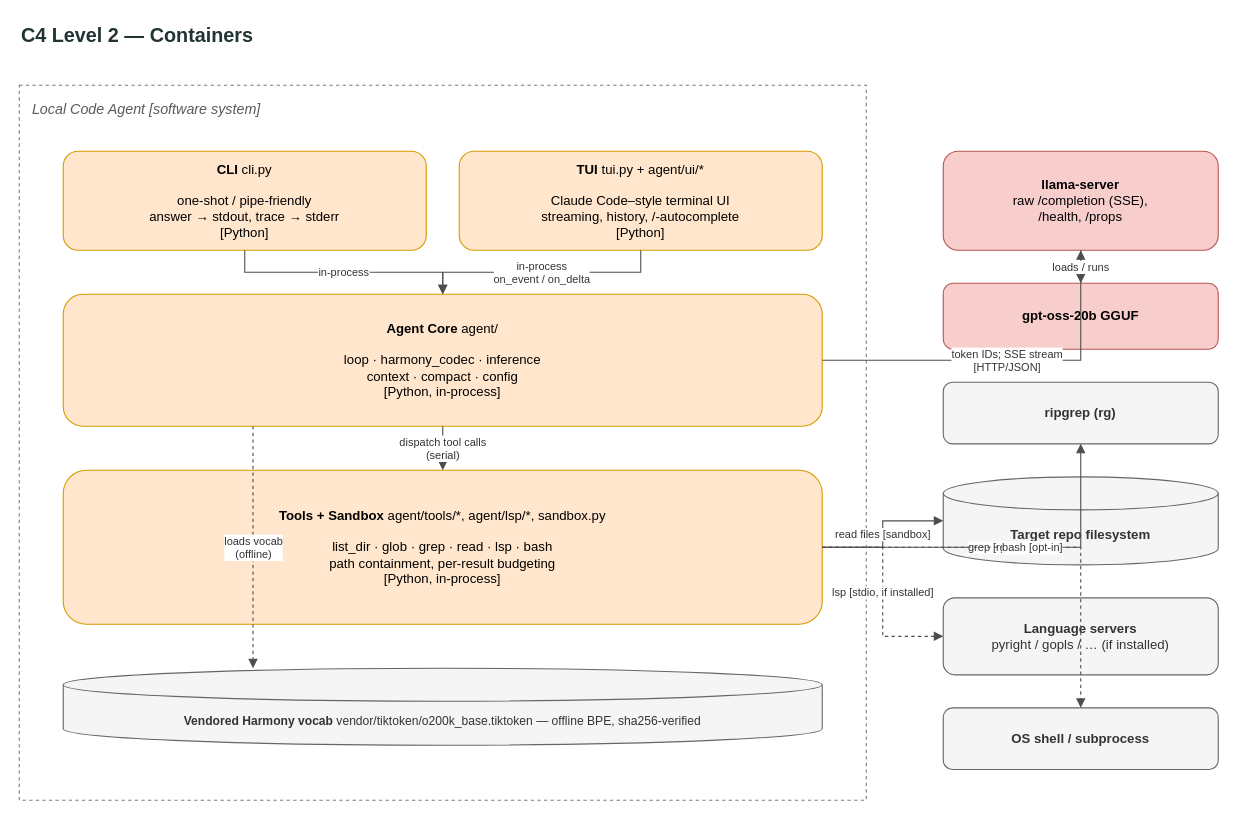
Above: page "2 · Containers (C4 L2)" (2 of 4) of architecture.drawio in MrArrogant2002/claudeXgpt-oss (draw.io), before the change. Source tidied: cells renumbered, new cells numbered last; positions are measured from the earlier drawing's top-left corner, leaving out a move shared by most shapes. Both pictures are drawn from the tidied source at 110%, with x=0, y=0 at pixel (19, 19).
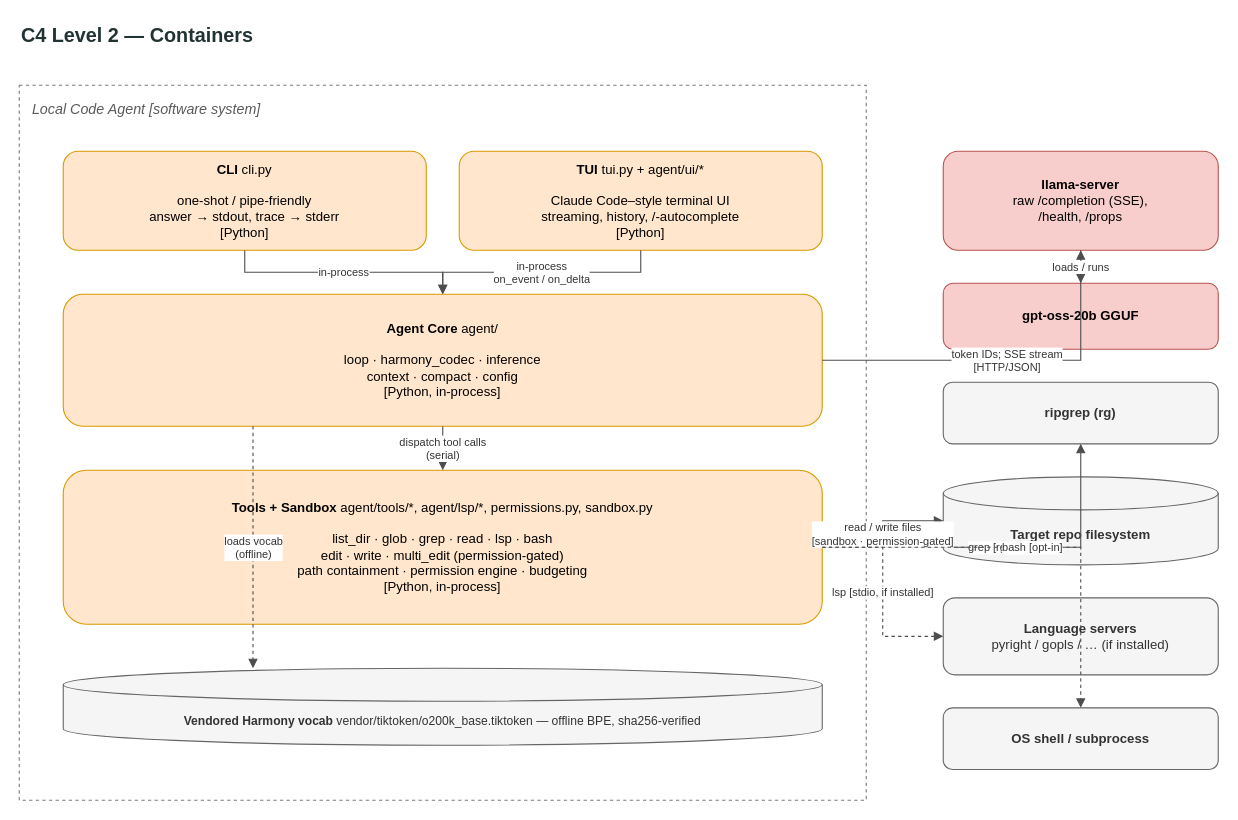
The same page after the edit.

Commit message (it also covers changes not shown here):
TUI M5: interactive per-edit permission approval + architecture diagram update

Per-edit allow/session/always/deny prompt marshaled onto the main thread
(cancel-safe, no deadlock); interactive --allow-edit defaults to asking.
Diagram: add write-tier container + permissions/edits, note gated writes.

The change refers to these unchanged cells:
```xml
<mxCell id="12" value="&lt;b&gt;Target repo filesystem&lt;/b&gt;" style="shape=cylinder3;whiteSpace=wrap;html=1;boundedLbl=1;backgroundOutline=1;fillColor=#f5f5f5;strokeColor=#666666;fontColor=#333333;fontSize=12;" parent="1" vertex="1">
  <mxGeometry x="840" y="416" width="250" height="80" as="geometry" />
</mxCell>
```

What changed in the source:
```diff
@@
-    <mxCell id="7" value="&lt;b&gt;Tools + Sandbox&lt;/b&gt;  agent/tools/*, agent/lsp/*, sandbox.py&lt;br&gt;&lt;br&gt;list_dir · glob · grep · read · lsp · bash&lt;br&gt;path containment, per-result budgeting&lt;br&gt;[Python, in-process]" style="rounded=1;whiteSpace=wrap;html=1;fillColor=#ffe6cc;strokeColor=#d79b00;fontSize=12;" parent="1" vertex="1">
+    <mxCell id="7" value="&lt;b&gt;Tools + Sandbox&lt;/b&gt;  agent/tools/*, agent/lsp/*, permissions.py, sandbox.py&lt;br&gt;&lt;br&gt;list_dir · glob · grep · read · lsp · bash&lt;br&gt;edit · write · multi_edit (permission-gated)&lt;br&gt;path containment · permission engine · budgeting&lt;br&gt;[Python, in-process]" style="rounded=1;whiteSpace=wrap;html=1;fillColor=#ffe6cc;strokeColor=#d79b00;fontSize=12;" parent="1" vertex="1">
       <mxGeometry x="40" y="410" width="690" height="140" as="geometry" />
     </mxCell>
@@
-    <mxCell id="22" value="read files [sandbox]" style="edgeStyle=orthogonalEdgeStyle;rounded=0;html=1;endArrow=block;fontSize=10;fontColor=#333;strokeColor=#4d4d4d;" parent="1" edge="1" source="7" target="12">
+    <mxCell id="22" value="read / write files&lt;br&gt;[sandbox · permission-gated]" style="edgeStyle=orthogonalEdgeStyle;rounded=0;html=1;endArrow=block;fontSize=10;fontColor=#333;strokeColor=#4d4d4d;" parent="1" edge="1" source="7" target="12">
       <mxGeometry relative="1" as="geometry" />
     </mxCell>
```
